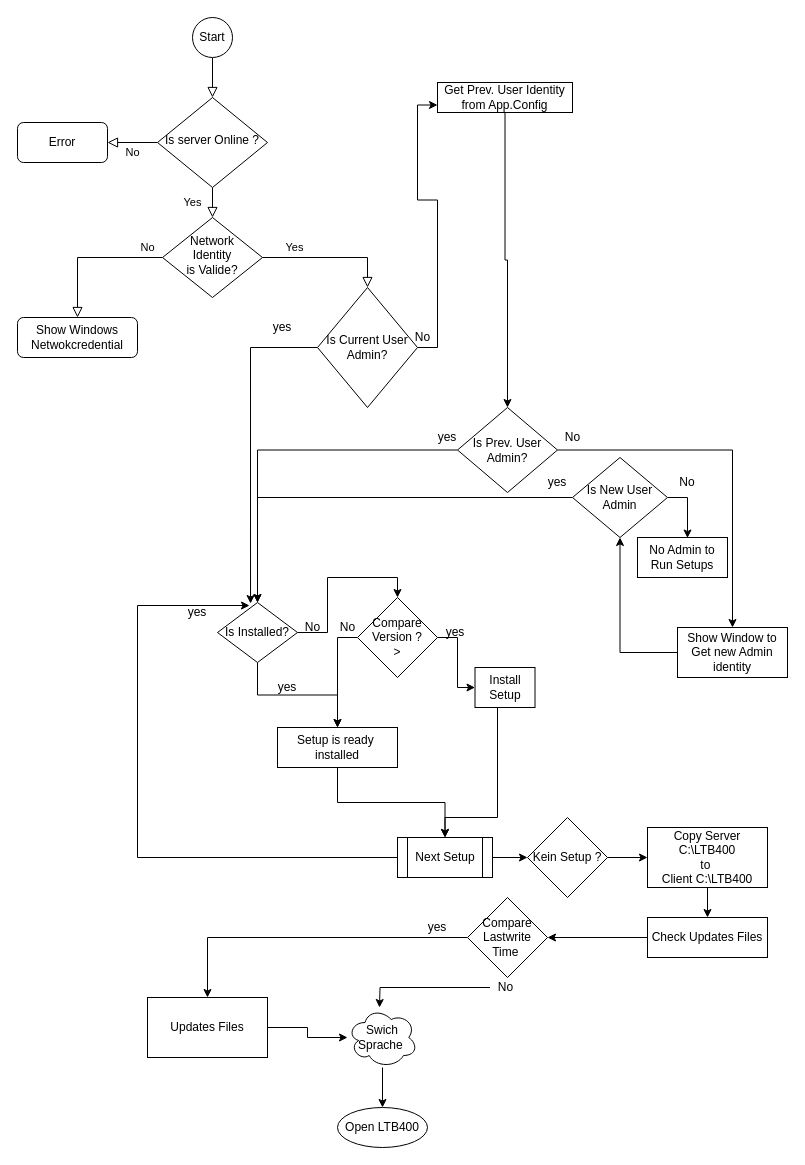
Earlier version of the draw.io diagram Test_Proj/Untitled Diagram.drawio (nbenoudi/Hallo). Source tidied: cells renumbered, new cells numbered last; positions are measured from the earlier drawing's top-left corner, leaving out a move shared by most shapes. Both pictures are drawn from the tidied source at 100%, with x=0, y=0 at pixel (17, 17).
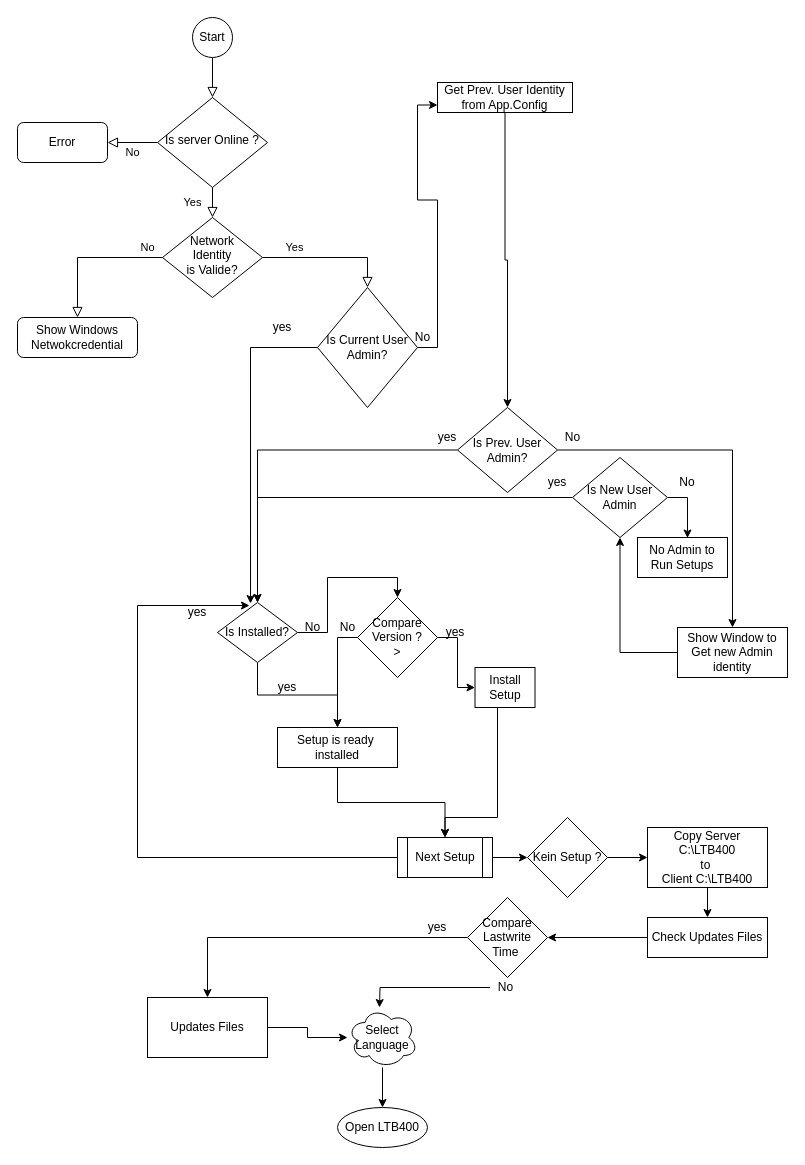
The same diagram, later.

What changed in the source:
```diff
@@
-    <mxCell id="64" value="Swich Sprache&amp;nbsp;" style="ellipse;shape=cloud;whiteSpace=wrap;html=1;" parent="1" vertex="1">
+    <mxCell id="64" value="Select Language" style="ellipse;shape=cloud;whiteSpace=wrap;html=1;" parent="1" vertex="1">
       <mxGeometry x="330" y="990" width="70" height="60" as="geometry" />
     </mxCell>
```
